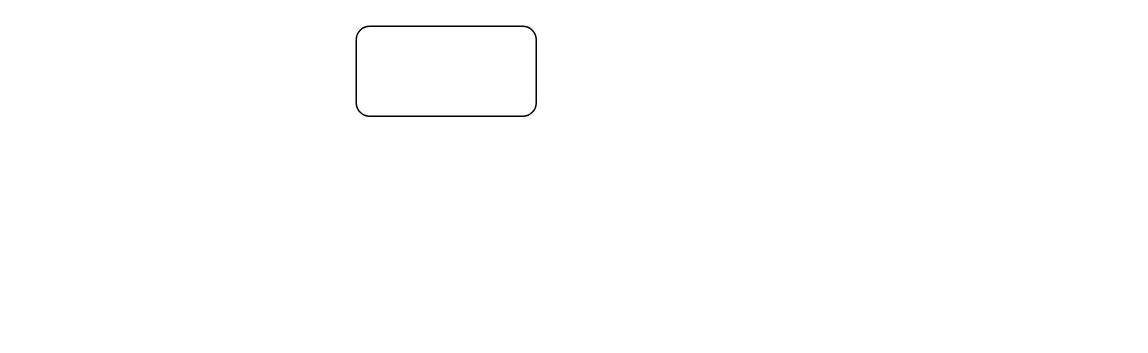
Before: 进项出项.drawio in lingpengzhou/diagrams.io, a draw.io diagram. Source tidied: cells renumbered, new cells numbered last; positions are measured from the earlier drawing's top-left corner, leaving out a move shared by most shapes. Both pictures are drawn from the tidied source at 150%, with x=0, y=0 at pixel (356, 26).
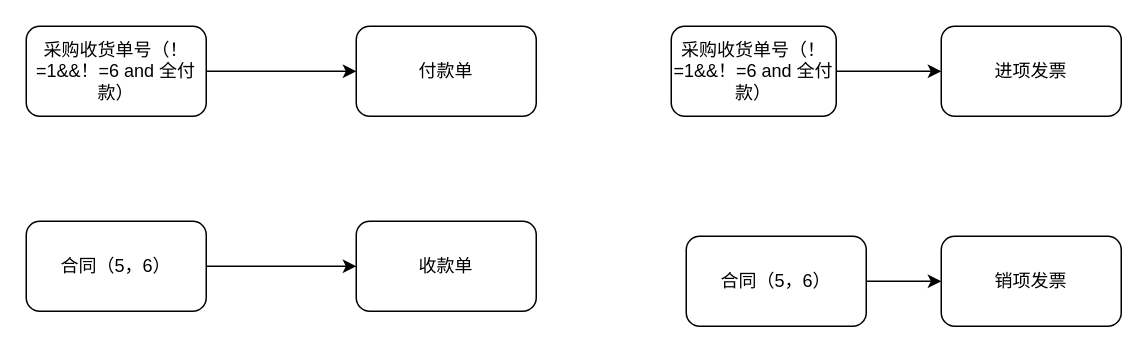
The same diagram, later.

Commit message (it also covers changes not shown here):
更新进项出项.drawio

What changed in the source:
```diff
@@
 <mxGraphModel>
   <root>
     <mxCell id="0" />
     <mxCell id="1" parent="0" />
-    <mxCell id="2" style="rounded=1;whiteSpace=wrap;html=1;" parent="1" vertex="1">
+    <mxCell id="2" value="付款单" style="rounded=1;whiteSpace=wrap;html=1;" parent="1" vertex="1">
       <mxGeometry width="120" height="60" as="geometry" />
     </mxCell>
+    <mxCell id="3" style="edgeStyle=orthogonalEdgeStyle;rounded=0;jettySize=auto;html=1;exitX=1;exitY=0.5;exitDx=0;exitDy=0;" parent="1" edge="1" source="4" target="2">
+      <mxGeometry relative="1" as="geometry" />
+    </mxCell>
+    <mxCell id="4" value="采购收货单号（！=1&amp;amp;&amp;amp;！=6 and 全付款）" style="whiteSpace=wrap;html=1;rounded=1;" parent="1" vertex="1">
+      <mxGeometry x="-220" width="120" height="60" as="geometry" />
+    </mxCell>
+    <mxCell id="5" value="收款单" style="rounded=1;whiteSpace=wrap;html=1;" parent="1" vertex="1">
+      <mxGeometry y="130" width="120" height="60" as="geometry" />
+    </mxCell>
+    <mxCell id="6" style="edgeStyle=orthogonalEdgeStyle;rounded=0;jettySize=auto;html=1;exitX=1;exitY=0.5;exitDx=0;exitDy=0;" parent="1" edge="1" source="7" target="5">
+      <mxGeometry relative="1" as="geometry" />
+    </mxCell>
+    <mxCell id="7" value="合同（5，6）" style="whiteSpace=wrap;html=1;rounded=1;" parent="1" vertex="1">
+      <mxGeometry x="-220" y="130" width="120" height="60" as="geometry" />
+    </mxCell>
+    <mxCell id="8" value="进项发票" style="rounded=1;whiteSpace=wrap;html=1;" parent="1" vertex="1">
+      <mxGeometry x="390" width="120" height="60" as="geometry" />
+    </mxCell>
+    <mxCell id="9" value="销项发票" style="rounded=1;whiteSpace=wrap;html=1;" parent="1" vertex="1">
+      <mxGeometry x="390" y="140" width="120" height="60" as="geometry" />
+    </mxCell>
+    <mxCell id="10" style="edgeStyle=orthogonalEdgeStyle;rounded=0;jettySize=auto;html=1;exitX=1;exitY=0.5;exitDx=0;exitDy=0;entryX=0;entryY=0.5;entryDx=0;entryDy=0;" parent="1" edge="1" source="11" target="9">
+      <mxGeometry relative="1" as="geometry" />
+    </mxCell>
+    <mxCell id="11" value="合同（5，6）" style="whiteSpace=wrap;html=1;rounded=1;" parent="1" vertex="1">
+      <mxGeometry x="220" y="140" width="120" height="60" as="geometry" />
+    </mxCell>
+    <mxCell id="12" style="edgeStyle=orthogonalEdgeStyle;rounded=0;jettySize=auto;html=1;" parent="1" edge="1" source="13" target="8">
+      <mxGeometry relative="1" as="geometry" />
+    </mxCell>
+    <mxCell id="13" value="采购收货单号（！=1&amp;amp;&amp;amp;！=6 and 全付款）" style="whiteSpace=wrap;html=1;rounded=1;" parent="1" vertex="1">
+      <mxGeometry x="210" width="110" height="60" as="geometry" />
+    </mxCell>
   </root>
 </mxGraphModel>
```
